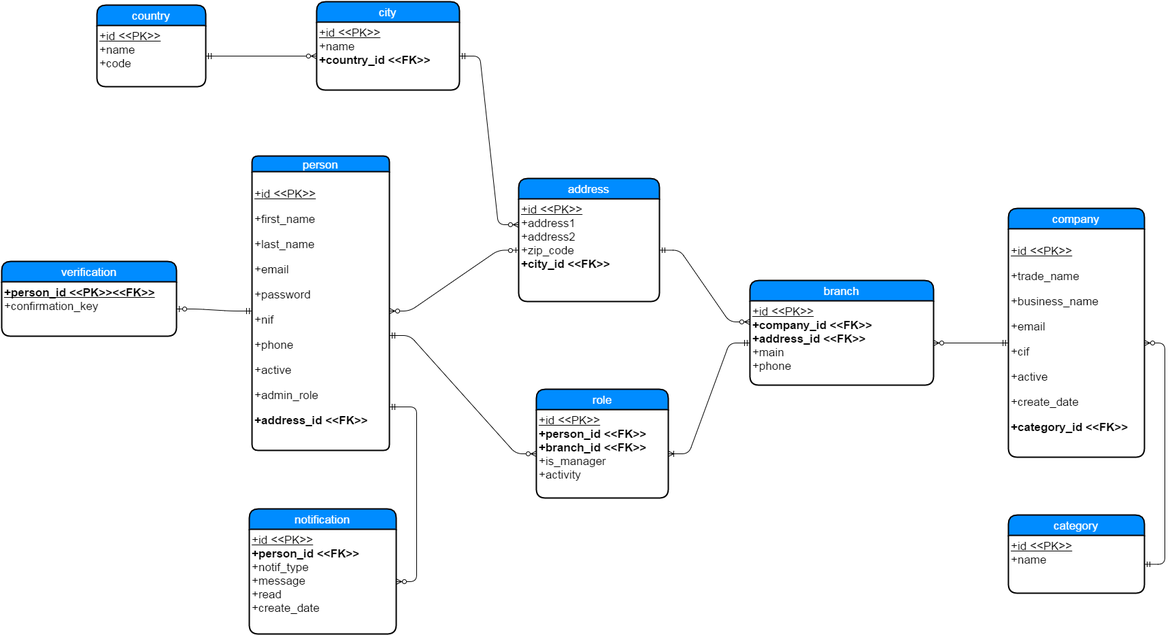
Before: project_documentation/database/Entity-Relation Diagram.png, a diagram exported from draw.io (malkomich/busy). Source tidied: cells renumbered, new cells last; positions are measured from the earlier drawing's top-left corner, leaving out a move shared by most shapes.
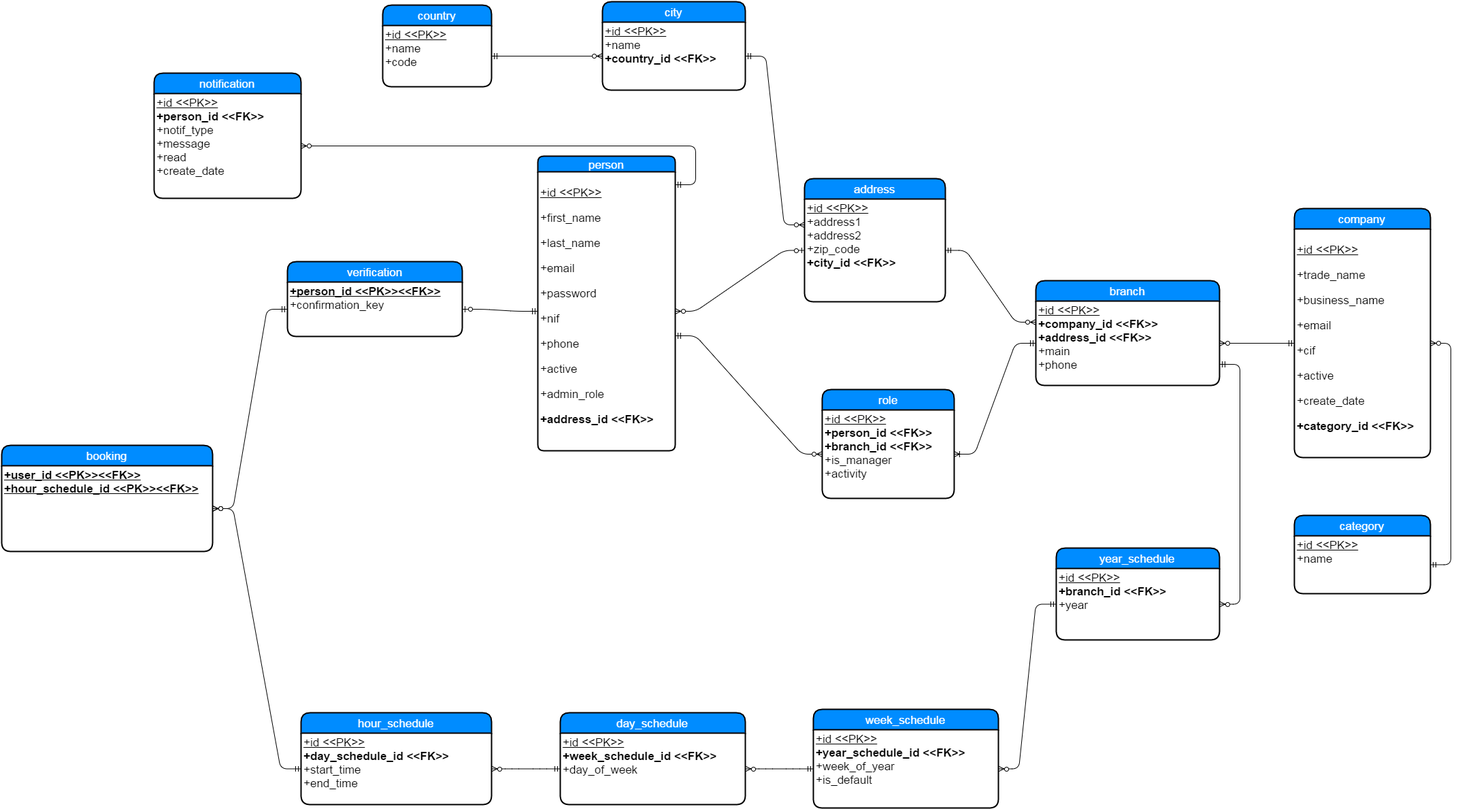
The same file after the commit.

Commit message:
Create new schedule tables and table for booking in the DB

The edit, as a diff of the source:
```diff
@@ -83,14 +83,62 @@
     <mxCell id="28" value="&lt;u&gt;+id &amp;lt;&amp;lt;PK&amp;gt;&amp;gt;&lt;/u&gt;&lt;div&gt;+name&lt;/div&gt;&lt;div&gt;&lt;b&gt;+country_id &amp;lt;&amp;lt;FK&amp;gt;&amp;gt;&lt;/b&gt;&lt;/div&gt;&lt;div&gt;&lt;br&gt;&lt;/div&gt;" style="whiteSpace=wrap;html=1;align=left;strokeColor=none;fillColor=none;spacingLeft=4;fontSize=17;verticalAlign=top;" parent="27" vertex="1">
       <mxGeometry y="30" width="210" height="100" as="geometry" />
     </mxCell>
+    <mxCell id="31" style="edgeStyle=entityRelationEdgeStyle;html=1;endArrow=ERzeroToMany;startArrow=ERmandOne;exitX=0.999;exitY=0.047;exitPerimeter=0;" parent="1" edge="1" source="4" target="30">
+      <mxGeometry relative="1" as="geometry" />
+    </mxCell>
+    <mxCell id="32" value="year_schedule" style="swimlane;html=1;horizontal=1;startSize=30;fillColor=#008cff;fontColor=#FFFFFF;rounded=1;fontSize=17;fontStyle=0;strokeWidth=2;shadow=0;dashed=0;align=center;" parent="1" vertex="1">
+      <mxGeometry x="1130" y="803" width="240" height="135" as="geometry" />
+    </mxCell>
+    <mxCell id="33" value="&lt;u&gt;+id &amp;lt;&amp;lt;PK&amp;gt;&amp;gt;&lt;/u&gt;&lt;div&gt;&lt;b&gt;+branch_id &amp;lt;&amp;lt;FK&amp;gt;&amp;gt;&lt;/b&gt;&lt;/div&gt;&lt;div&gt;+year&lt;/div&gt;" style="whiteSpace=wrap;html=1;align=left;strokeColor=none;fillColor=none;spacingLeft=4;fontSize=17;verticalAlign=top;" parent="32" vertex="1">
+      <mxGeometry y="30" width="240" height="105" as="geometry" />
+    </mxCell>
+    <mxCell id="34" style="edgeStyle=entityRelationEdgeStyle;html=1;endArrow=ERzeroToMany;startArrow=ERmandOne;exitX=1;exitY=0.75;" parent="1" edge="1" source="24" target="33">
+      <mxGeometry relative="1" as="geometry" />
+    </mxCell>
+    <mxCell id="35" value="week_schedule" style="swimlane;html=1;horizontal=1;startSize=30;fillColor=#008cff;fontColor=#FFFFFF;rounded=1;fontSize=17;fontStyle=0;strokeWidth=2;shadow=0;dashed=0;align=center;" parent="1" vertex="1">
+      <mxGeometry x="773" y="1040" width="272" height="145" as="geometry" />
+    </mxCell>
+    <mxCell id="36" value="&lt;u&gt;+id &amp;lt;&amp;lt;PK&amp;gt;&amp;gt;&lt;/u&gt;&lt;div&gt;&lt;b&gt;+year_schedule_id &amp;lt;&amp;lt;FK&amp;gt;&amp;gt;&lt;/b&gt;&lt;/div&gt;&lt;div&gt;+week_of_year&lt;/div&gt;&lt;div&gt;+is_default&lt;/div&gt;" style="whiteSpace=wrap;html=1;align=left;strokeColor=none;fillColor=none;spacingLeft=4;fontSize=17;verticalAlign=top;" parent="35" vertex="1">
+      <mxGeometry y="30" width="272" height="115" as="geometry" />
+    </mxCell>
+    <mxCell id="37" style="edgeStyle=entityRelationEdgeStyle;html=1;endArrow=ERzeroToMany;startArrow=ERmandOne;" parent="1" edge="1" source="33" target="36">
+      <mxGeometry relative="1" as="geometry" />
+    </mxCell>
+    <mxCell id="38" style="edgeStyle=entityRelationEdgeStyle;html=1;endArrow=ERzeroToMany;startArrow=ERmandOne;" parent="1" edge="1" source="36" target="43">
+      <mxGeometry relative="1" as="geometry" />
+    </mxCell>
+    <mxCell id="39" style="edgeStyle=entityRelationEdgeStyle;html=1;endArrow=ERzeroToMany;startArrow=ERmandOne;" parent="1" edge="1" source="43" target="45">
+      <mxGeometry relative="1" as="geometry" />
+    </mxCell>
+    <mxCell id="40" style="edgeStyle=entityRelationEdgeStyle;html=1;endArrow=ERzeroToMany;startArrow=ERmandOne;" parent="1" edge="1" source="45" target="47">
+      <mxGeometry relative="1" as="geometry" />
+    </mxCell>
+    <mxCell id="41" style="edgeStyle=entityRelationEdgeStyle;html=1;endArrow=ERzeroToMany;startArrow=ERmandOne;" parent="1" edge="1" source="13" target="47">
+      <mxGeometry relative="1" as="geometry" />
+    </mxCell>
+    <mxCell id="42" value="day_schedule" style="swimlane;html=1;horizontal=1;startSize=30;fillColor=#008cff;fontColor=#FFFFFF;rounded=1;fontSize=17;fontStyle=0;strokeWidth=2;shadow=0;dashed=0;align=center;" parent="1" vertex="1">
+      <mxGeometry x="401" y="1045" width="272" height="135" as="geometry" />
+    </mxCell>
+    <mxCell id="43" value="&lt;u&gt;+id &amp;lt;&amp;lt;PK&amp;gt;&amp;gt;&lt;/u&gt;&lt;div&gt;&lt;b&gt;+week_schedule_id &amp;lt;&amp;lt;FK&amp;gt;&amp;gt;&lt;/b&gt;&lt;/div&gt;&lt;div&gt;+day_of_week&lt;/div&gt;" style="whiteSpace=wrap;html=1;align=left;strokeColor=none;fillColor=none;spacingLeft=4;fontSize=17;verticalAlign=top;" parent="42" vertex="1">
+      <mxGeometry y="30" width="272" height="105" as="geometry" />
+    </mxCell>
+    <mxCell id="44" value="hour_schedule" style="swimlane;html=1;horizontal=1;startSize=30;fillColor=#008cff;fontColor=#FFFFFF;rounded=1;fontSize=17;fontStyle=0;strokeWidth=2;shadow=0;dashed=0;align=center;" parent="1" vertex="1">
+      <mxGeometry x="20" y="1045" width="280" height="135" as="geometry" />
+    </mxCell>
+    <mxCell id="45" value="&lt;u&gt;+id &amp;lt;&amp;lt;PK&amp;gt;&amp;gt;&lt;/u&gt;&lt;div&gt;&lt;b&gt;+day_schedule_id &amp;lt;&amp;lt;FK&amp;gt;&amp;gt;&lt;/b&gt;&lt;/div&gt;&lt;div&gt;+start_time&lt;/div&gt;&lt;div&gt;+end_time&lt;/div&gt;" style="whiteSpace=wrap;html=1;align=left;strokeColor=none;fillColor=none;spacingLeft=4;fontSize=17;verticalAlign=top;" parent="44" vertex="1">
+      <mxGeometry y="30" width="280" height="105" as="geometry" />
+    </mxCell>
     <mxCell id="29" value="notification" style="swimlane;html=1;horizontal=1;startSize=30;fillColor=#008cff;fontColor=#FFFFFF;rounded=1;fontSize=17;fontStyle=0;strokeWidth=2;shadow=0;dashed=0;align=center;" parent="1" vertex="1">
-      <mxGeometry x="364" y="746" width="216" height="184" as="geometry" />
+      <mxGeometry x="-196" y="105" width="216" height="184" as="geometry" />
     </mxCell>
     <mxCell id="30" value="&lt;div&gt;&lt;u&gt;+id &amp;lt;&amp;lt;PK&amp;gt;&amp;gt;&lt;/u&gt;&lt;/div&gt;&lt;b&gt;+person_id &amp;lt;&amp;lt;FK&amp;gt;&amp;gt;&lt;/b&gt;&lt;div&gt;+notif_type&lt;br&gt;&lt;div&gt;+message&lt;/div&gt;&lt;div&gt;+read&lt;/div&gt;&lt;div&gt;+create_date&lt;/div&gt;&lt;/div&gt;" style="whiteSpace=wrap;html=1;align=left;strokeColor=none;fillColor=none;spacingLeft=4;fontSize=17;verticalAlign=top;" parent="29" vertex="1">
       <mxGeometry y="30" width="216" height="154" as="geometry" />
     </mxCell>
-    <mxCell id="31" style="edgeStyle=entityRelationEdgeStyle;html=1;endArrow=ERzeroToMany;startArrow=ERmandOne;exitX=1;exitY=0.844;exitPerimeter=0;" parent="1" edge="1" source="4" target="30">
-      <mxGeometry relative="1" as="geometry" />
-    </mxCell>
+    <mxCell id="46" value="booking" style="swimlane;html=1;horizontal=1;startSize=30;fillColor=#008cff;fontColor=#FFFFFF;rounded=1;fontSize=17;fontStyle=0;strokeWidth=2;shadow=0;dashed=0;align=center;" parent="1" vertex="1">
+      <mxGeometry x="-420" y="652" width="310" height="156" as="geometry" />
+    </mxCell>
+    <mxCell id="47" value="&lt;b&gt;&lt;u&gt;+user_id &amp;lt;&amp;lt;PK&amp;gt;&amp;gt;&amp;lt;&amp;lt;FK&amp;gt;&amp;gt;&lt;/u&gt;&lt;/b&gt;&lt;div&gt;&lt;b&gt;&lt;u&gt;+hour_schedule_id &amp;lt;&amp;lt;PK&amp;gt;&amp;gt;&amp;lt;&amp;lt;FK&amp;gt;&amp;gt;&lt;/u&gt;&lt;/b&gt;&lt;br&gt;&lt;div&gt;&lt;br&gt;&lt;/div&gt;&lt;/div&gt;" style="whiteSpace=wrap;html=1;align=left;strokeColor=none;fillColor=none;spacingLeft=4;fontSize=17;verticalAlign=top;" parent="46" vertex="1">
+      <mxGeometry y="30" width="310" height="126" as="geometry" />
+    </mxCell>
   </root>
 </mxGraphModel>
```
